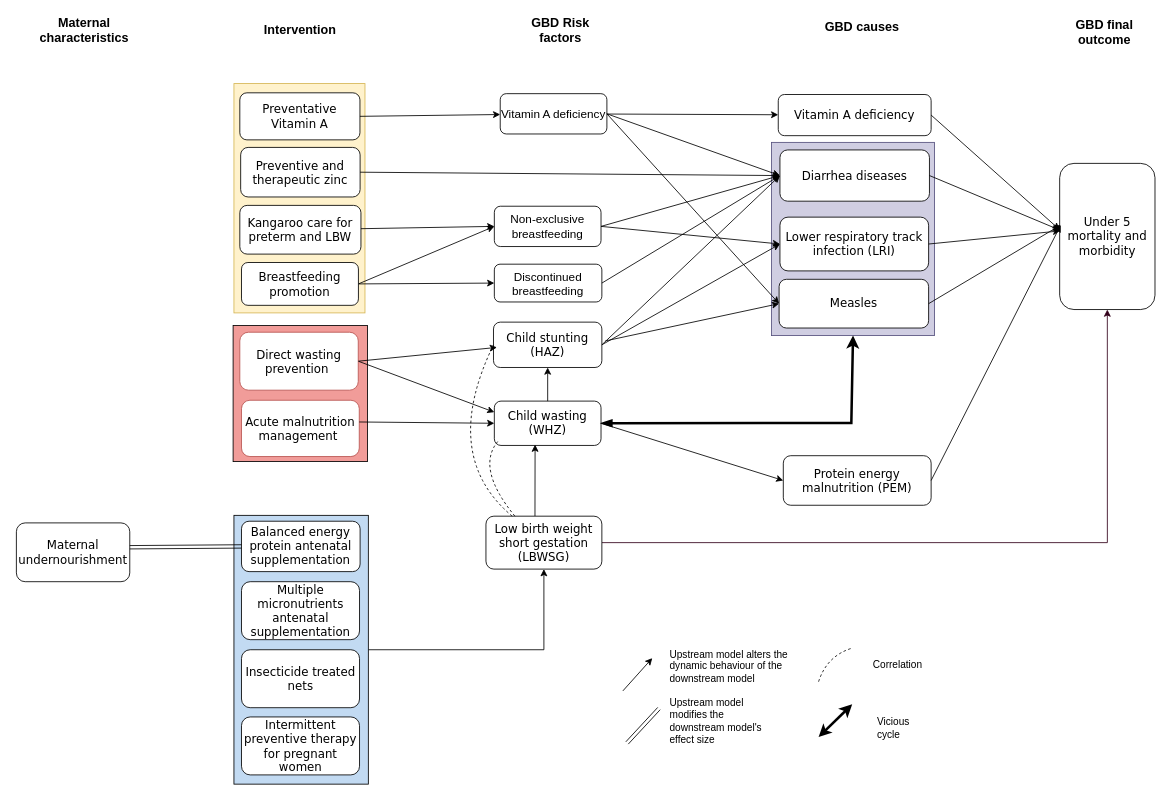
Before: docs/source/concept_models/vivarium_ciff_sam/vivarium_conceptmodeldiagram_SAM.drawio in ihmeuw/vivarium_research, a draw.io diagram. Source tidied: cells renumbered, new cells numbered last; positions are measured from the earlier drawing's top-left corner, leaving out a move shared by most shapes. Both pictures are drawn from the tidied source at 84%, with x=0, y=0 at pixel (16, 18).
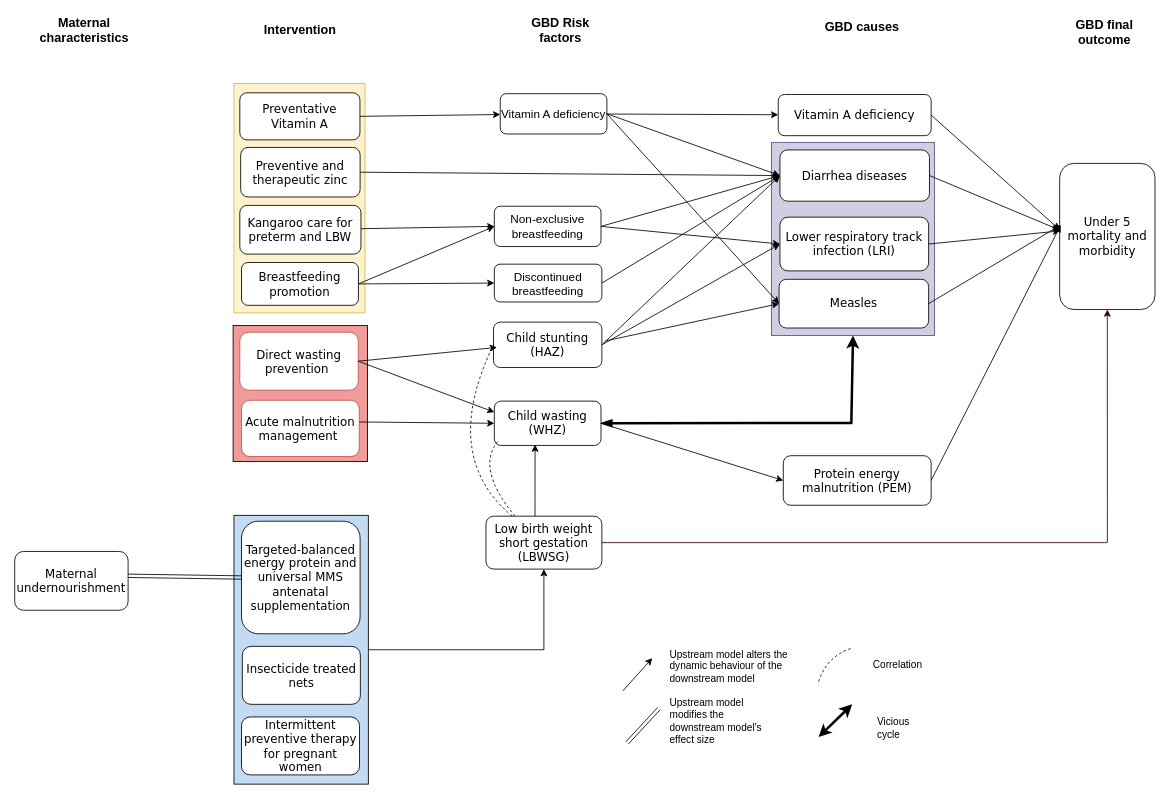
Above is the later version.

Commit message (it also covers changes not shown here):
updated concept model diagram

Unchanged cells that the change refers to:
```xml
<mxCell id="7" value="&lt;font style=&quot;font-size: 14px&quot;&gt;Child wasting (WHZ)&lt;/font&gt;" style="rounded=1;whiteSpace=wrap;html=1;shadow=0;labelBackgroundColor=none;strokeWidth=1;fontFamily=Verdana;fontSize=8;align=center;fillColor=#FFFFFF;strokeColor=#000000;" parent="1" vertex="1">
  <mxGeometry x="569" y="456" width="127" height="52.8" as="geometry" />
</mxCell>
<mxCell id="23" value="&lt;font style=&quot;font-size: 14px&quot;&gt;Child stunting&lt;br&gt;(HAZ)&lt;/font&gt;" style="rounded=1;whiteSpace=wrap;html=1;shadow=0;labelBackgroundColor=none;strokeWidth=1;fontFamily=Verdana;fontSize=8;align=center;fillColor=#FFFFFF;strokeColor=#000000;" parent="1" vertex="1">
  <mxGeometry x="568" y="362" width="129" height="54" as="geometry" />
</mxCell>
```

What changed in the source:
```diff
@@
-    <mxCell id="22" value="&lt;font style=&quot;font-size: 14px&quot;&gt;Balanced energy protein antenatal supplementation&lt;/font&gt;" style="rounded=1;whiteSpace=wrap;html=1;shadow=0;labelBackgroundColor=none;strokeWidth=1;fontFamily=Verdana;fontSize=8;align=center;" parent="1" vertex="1">
-      <mxGeometry x="268" y="599" width="141.2" height="60" as="geometry" />
+    <mxCell id="22" value="&lt;font style=&quot;font-size: 14px&quot;&gt;Targeted-balanced energy protein and universal MMS antenatal supplementation&lt;/font&gt;" style="rounded=1;whiteSpace=wrap;html=1;shadow=0;labelBackgroundColor=none;strokeWidth=1;fontFamily=Verdana;fontSize=8;align=center;" parent="1" vertex="1">
+      <mxGeometry x="268" y="599" width="141.2" height="134" as="geometry" />
     </mxCell>
@@
-    <mxCell id="24" style="endArrow=classic;html=1;entryX=0.5;entryY=1;entryDx=0;entryDy=0;" parent="1" edge="1" source="7" target="23">
-      <mxGeometry relative="1" as="geometry" />
-    </mxCell>
@@
-    <mxCell id="34" value="&lt;font style=&quot;font-size: 14px&quot;&gt;Multiple micronutrients antenatal supplementation&lt;/font&gt;" style="rounded=1;whiteSpace=wrap;html=1;shadow=0;labelBackgroundColor=none;strokeWidth=1;fontFamily=Verdana;fontSize=8;align=center;" parent="1" vertex="1">
-      <mxGeometry x="268" y="671" width="140.5" height="69" as="geometry" />
-    </mxCell>
@@
     <mxCell id="37" value="&lt;span style=&quot;font-size: 14px&quot;&gt;Maternal undernourishment&lt;/span&gt;" style="rounded=1;whiteSpace=wrap;html=1;shadow=0;labelBackgroundColor=none;strokeWidth=1;fontFamily=Verdana;fontSize=8;align=center;" parent="1" vertex="1">
-      <mxGeometry y="601" width="135" height="70" as="geometry" />
+      <mxGeometry x="-2" y="635" width="135" height="70" as="geometry" />
     </mxCell>
@@
     <mxCell id="47" value="&lt;font style=&quot;font-size: 14px&quot;&gt;Insecticide treated nets&lt;/font&gt;" style="rounded=1;whiteSpace=wrap;html=1;shadow=0;labelBackgroundColor=none;strokeWidth=1;fontFamily=Verdana;fontSize=8;align=center;" parent="1" vertex="1">
-      <mxGeometry x="268" y="752" width="140.5" height="69" as="geometry" />
+      <mxGeometry x="269" y="748" width="140.5" height="69" as="geometry" />
     </mxCell>
```
